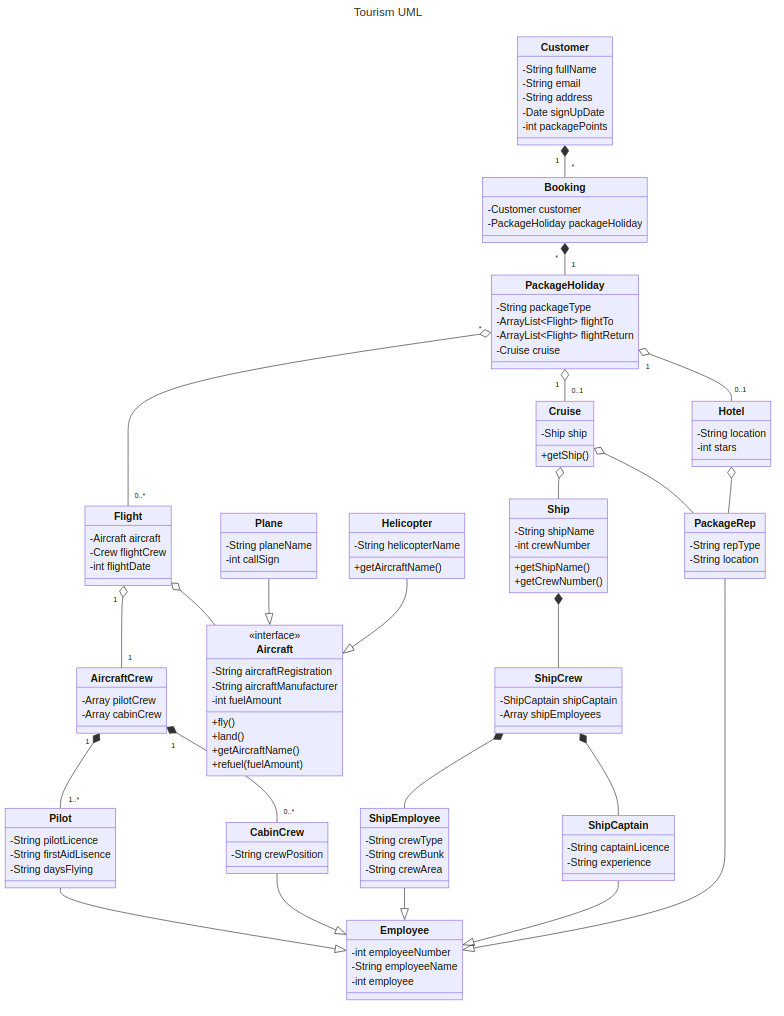
Above: report/class-digrams/uml-tourism.png in Sherman5A/usw-pop-coursework-2 (Mermaid), before the change. Its source is kept beside it as report/class-digrams/uml-tourism.mmd.
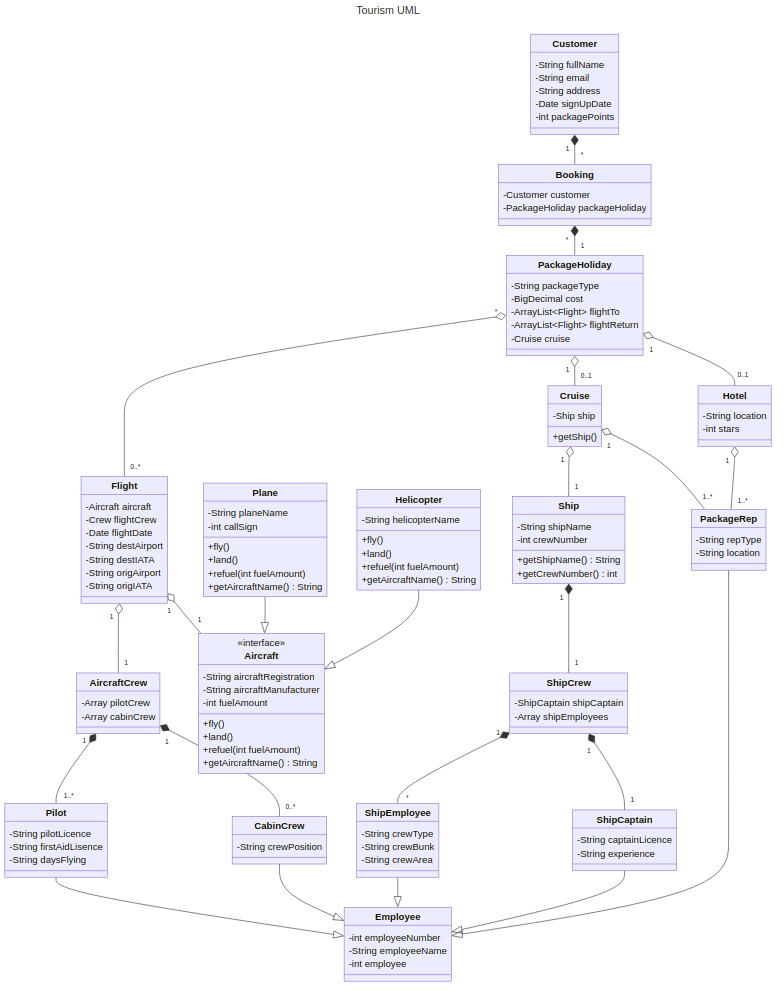
The same file after the commit.

Commit message:
Update UML diagram

Diff of the diagram source:
```diff
@@ -13,25 +13,24 @@
   Flight "1" o-- "1" AircraftCrew
   AircraftCrew "1" *-- "0..*" CabinCrew
   AircraftCrew "1" *-- "1..*" Pilot
-  Flight o-- Aircraft
+  Flight "1" o-- "1" Aircraft
   Plane --|> Aircraft
   Helicopter --|> Aircraft
-  Cruise o-- Ship
+  Cruise "1" o-- "1" Ship
 
-  Ship *-- ShipCrew
-  ShipCrew *-- ShipCaptain
-  ShipCrew *-- ShipEmployee
-  Cruise o-- PackageRep
+  Ship "1" *-- "1" ShipCrew
+  ShipCrew "1" *-- "1" ShipCaptain
+  ShipCrew "1" *-- "*" ShipEmployee
+  Cruise "1" o-- "1..*" PackageRep
 
 
-  Hotel o-- PackageRep
+  Hotel "1" o-- "1..*" PackageRep
 
   Pilot --|> Employee
   CabinCrew --|> Employee
   ShipEmployee --|> Employee
   ShipCaptain --|> Employee
   PackageRep --|> Employee
-
 
   class Customer{
     -String fullName
@@ -46,65 +45,97 @@
   }
   class PackageHoliday{
     -String packageType
-    -ArrayList~Flight~ flightTo
-    -ArrayList~Flight~ flightReturn
+    -BigDecimal cost
+    -List~Flight~ flightTo
+    -List~Flight~ flightReturn
     -Cruise cruise
   }
-
 
   class Flight{
     -Aircraft aircraft
     -Crew flightCrew
-    -int flightDate
+    -Date flightDate
+    -Time flightStartTime
+    -int flightDuration
+    -String origAirport
+    -String origCountry
+    -String origIATA
+    -int origGate
+    -String destAirport
+    -String destCountry
+    -String destIATA
+    -int destGate
+    +getFlightStartTime() Time
+    +getEstArrivalTime() Date
+    +getPilot() Pilot
   }
   class Cruise{
     -Ship ship
-    +getShip()
-  }
-  class Aircraft{
-    <<interface>>
-    -String aircraftRegistration
-    -String aircraftManufacturer
-    -int fuelAmount
-    +fly()
-    +land()
-    +getAircraftName()
-    +refuel(fuelAmount)
-  }
-  class Helicopter{
-    -String helicopterName
-    +getAircraftName()
-  }
-  class Plane{
-    -String planeName
-    -int callSign
+    -List~String~ portOfCalls
+    +getShipName() String
+    +getPortOfCalls() List~String~
   }
   class Ship{
     -String shipName
     -int crewNumber
-    +getShipName()
-    +getCrewNumber()
+    +getShipName() String
+    +getCrewNumber() int
   }
-
+  class Aircraft{
+    <<interface>>
+    -String aircraftName
+    -String aircraftRegistration
+    -String aircraftManufacturer
+    -int fuelAmount
+    -int callSign
+    +fly()
+    +land()
+    +refuel(int fuelAmount)
+    +getAircraftName() String
+  }
+  class Helicopter{
+    -String aircraftName
+    -String aircraftRegistration
+    -String aircraftManufacturer
+    -int fuelAmount
+    -int callSign
+    +fly()
+    +land()
+    +hover()
+    +refuel(int fuelAmount)
+    +getAircraftName() String
+  }
+  class Plane{
+    -String aircraftName
+    -String aircraftRegistration
+    -String aircraftManufacturer
+    -int fuelAmount
+    -int callSign
+    +fly()
+    +land()
+    +refuel(int fuelAmount)
+    +getAircraftName() String
+  }
 
   class Hotel{
     -String location
     -int stars
-
   }
 
   class Employee{
     -int employeeNumber
     -String employeeName
-    -int employee
+    -int salary
+    -String address
+    -int phoneNum
   }
   class AircraftCrew{
-    -Array pilotCrew
-    -Array cabinCrew
+    -List~Pilot~ pilots
+    -List~CabinCrew~ cabinCrew
   }
   class ShipCrew{
     -ShipCaptain shipCaptain
-    -Array shipEmployees
+    -List~ShipEmployee~ shipEmployees
   }
   class CabinCrew{
     -String crewPosition
@@ -126,4 +157,5 @@
   class PackageRep{
     -String repType
     -String location
+    -int repPhoneNum
   }
```
